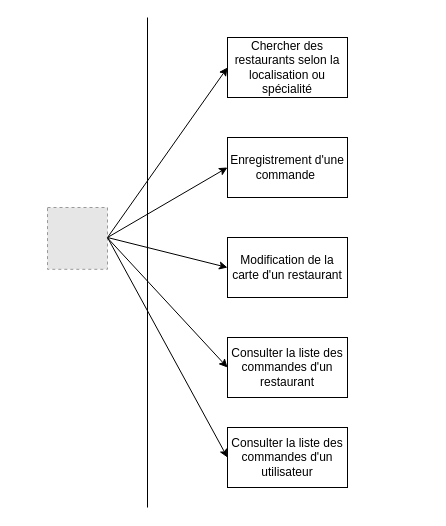
TheAIWizard/Ensaeats keeps this draw.io diagram as diagramme_utilisation_API.drawio. Above is the earlier version. Source tidied: cells renumbered, new cells numbered last; positions are measured from the earlier drawing's top-left corner, leaving out a move shared by most shapes. Both pictures are drawn from the tidied source at 100%, with x=0, y=0 at pixel (47, 17). Pictures stored in the file or linked from it are replaced by grey dashed boxes.
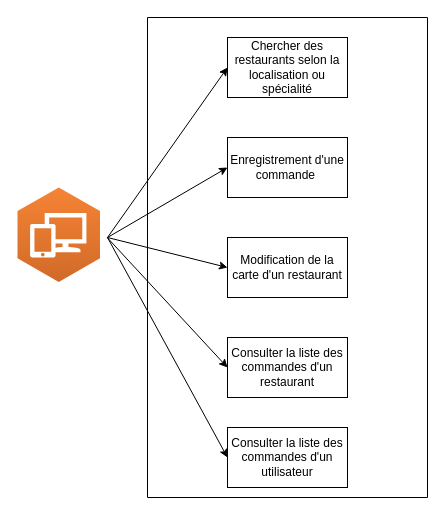
After the change.

Commit message:
modif diagramme utilisation API

What changed in the source:
```diff
@@
     <mxCell id="2" style="endArrow=none;html=1;" parent="1" edge="1">
       <mxGeometry relative="1" as="geometry">
-        <mxPoint x="100" y="490" as="sourcePoint" />
+        <mxPoint x="100" y="480" as="sourcePoint" />
         <mxPoint x="100" as="targetPoint" />
       </mxGeometry>
     </mxCell>
@@
-    <mxCell id="7" style="fillColor=#E6E6E6;strokeColor=#999999;dashed=1;verticalLabelPosition=bottom;verticalAlign=top;" parent="1" vertex="1">
-      <mxGeometry y="190" width="60" height="61.8" as="geometry" />
-    </mxCell>
@@
+    <mxCell id="14" style="endArrow=none;html=1;" parent="1" edge="1">
+      <mxGeometry relative="1" as="geometry">
+        <mxPoint x="100" y="480" as="sourcePoint" />
+        <mxPoint x="380" y="480" as="targetPoint" />
+        <Array as="points">
+          <mxPoint x="100" y="480" />
+        </Array>
+      </mxGeometry>
+    </mxCell>
+    <mxCell id="15" style="endArrow=none;html=1;" parent="1" edge="1">
+      <mxGeometry relative="1" as="geometry">
+        <mxPoint x="380" y="480" as="sourcePoint" />
+        <mxPoint x="380" as="targetPoint" />
+      </mxGeometry>
+    </mxCell>
+    <mxCell id="16" style="endArrow=none;html=1;" parent="1" edge="1">
+      <mxGeometry relative="1" as="geometry">
+        <mxPoint x="100" as="sourcePoint" />
+        <mxPoint x="380" as="targetPoint" />
+        <Array as="points">
+          <mxPoint x="100" />
+        </Array>
+      </mxGeometry>
+    </mxCell>
+    <mxCell id="17" style="dashed=0;verticalLabelPosition=bottom;verticalAlign=top;align=center;html=1;shape=mxgraph.aws3.workspaces;fillColor=#D16A28;gradientColor=#F58435;gradientDirection=north;" parent="1" vertex="1">
+      <mxGeometry x="-30" y="170" width="82.5" height="94.5" as="geometry" />
+    </mxCell>
```
